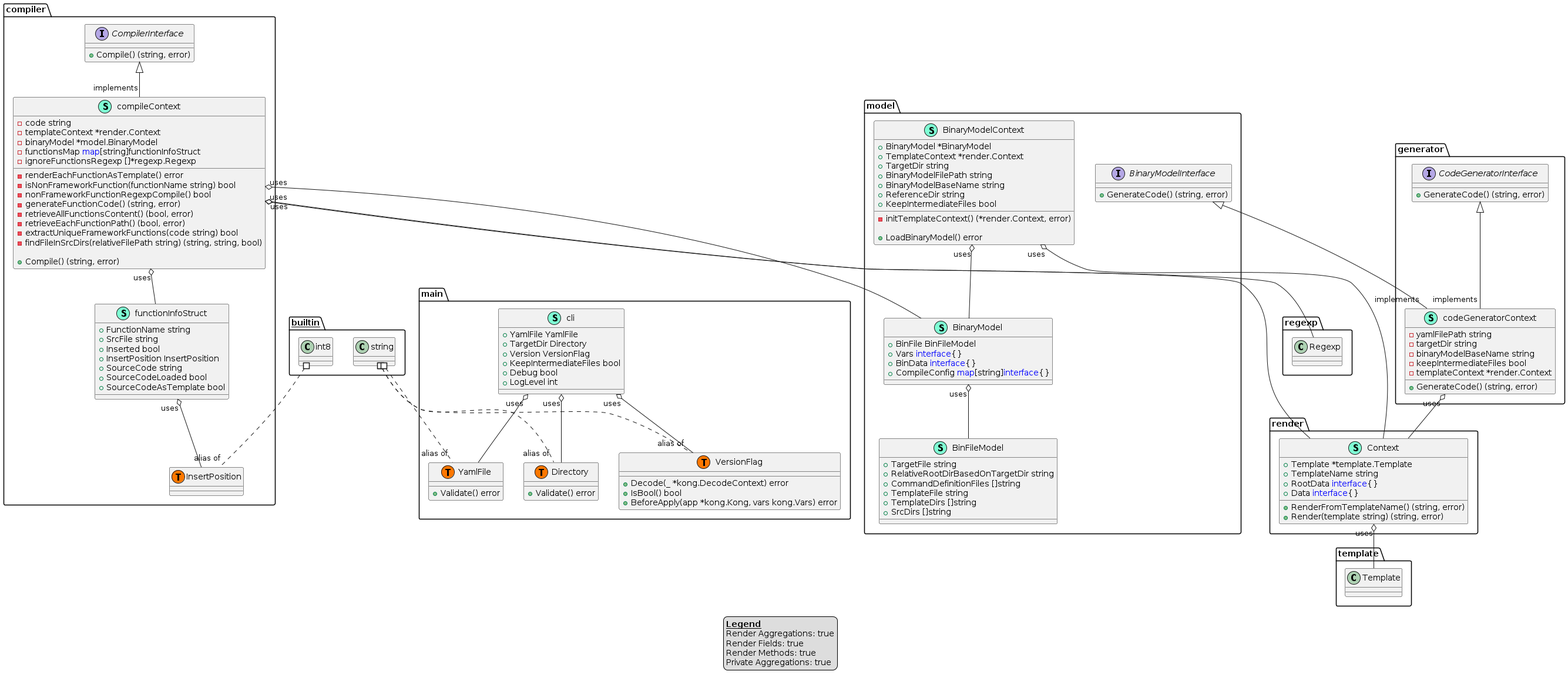
Earlier version of the PlantUML export doc/classDiagramWithPrivateMethods.png (fchastanet/bash-compiler). The source it was exported from:
```plantuml
@startuml
legend
<u><b>Legend</b></u>
Render Aggregations: true
Render Fields: true
Render Methods: true
Private Aggregations: true
end legend
namespace compiler {
    interface CompilerInterface  {
        + Compile() (string, error)

    }
    class compileContext << (S,Aquamarine) >> {
        - code string
        - templateContext *render.Context
        - binaryModel *model.BinaryModel
        - functionsMap <font color=blue>map</font>[string]functionInfoStruct
        - ignoreFunctionsRegexp []*regexp.Regexp

        - renderEachFunctionAsTemplate() error
        - isNonFrameworkFunction(functionName string) bool
        - nonFrameworkFunctionRegexpCompile() bool
        - generateFunctionCode() (string, error)
        - retrieveAllFunctionsContent() (bool, error)
        - retrieveEachFunctionPath() (bool, error)
        - extractUniqueFrameworkFunctions(code string) bool
        - findFileInSrcDirs(relativeFilePath string) (string, string, bool)

        + Compile() (string, error)

    }
    class compiler.InsertPosition << (T, #FF7700) >>  {
    }
    class functionInfoStruct << (S,Aquamarine) >> {
        + FunctionName string
        + SrcFile string
        + Inserted bool
        + InsertPosition InsertPosition
        + SourceCode string
        + SourceCodeLoaded bool
        + SourceCodeAsTemplate bool

    }
}

"compiler.CompilerInterface" <|-- "implements""compiler.compileContext"

"compiler.compileContext""uses" o-- "compiler.functionInfoStruct"
"compiler.compileContext""uses" o-- "model.BinaryModel"
"compiler.compileContext""uses" o-- "regexp.Regexp"
"compiler.compileContext""uses" o-- "render.Context"
"compiler.functionInfoStruct""uses" o-- "compiler.InsertPosition"

namespace generator {
    interface CodeGeneratorInterface  {
        + GenerateCode() (string, error)

    }
    class codeGeneratorContext << (S,Aquamarine) >> {
        - yamlFilePath string
        - targetDir string
        - binaryModelBaseName string
        - keepIntermediateFiles bool
        - templateContext *render.Context

        + GenerateCode() (string, error)

    }
}

"generator.CodeGeneratorInterface" <|-- "implements""generator.codeGeneratorContext"
"model.BinaryModelInterface" <|-- "implements""generator.codeGeneratorContext"

"generator.codeGeneratorContext""uses" o-- "render.Context"

namespace main {
    class Directory << (S,Aquamarine) >> {
        + Validate() error

    }
    class VersionFlag << (S,Aquamarine) >> {
        + Decode(_ *kong.DecodeContext) error
        + IsBool() bool
        + BeforeApply(app *kong.Kong, vars kong.Vars) error

    }
    class YamlFile << (S,Aquamarine) >> {
        + Validate() error

    }
    class cli << (S,Aquamarine) >> {
        + YamlFile YamlFile
        + TargetDir Directory
        + Version VersionFlag
        + KeepIntermediateFiles bool
        + Debug bool
        + LogLevel int

    }
    class main.Directory << (T, #FF7700) >>  {
    }
    class main.VersionFlag << (T, #FF7700) >>  {
    }
    class main.YamlFile << (T, #FF7700) >>  {
    }
}


"main.cli""uses" o-- "main.Directory"
"main.cli""uses" o-- "main.VersionFlag"
"main.cli""uses" o-- "main.YamlFile"

namespace model {
    class BinFileModel << (S,Aquamarine) >> {
        + TargetFile string
        + RelativeRootDirBasedOnTargetDir string
        + CommandDefinitionFiles []string
        + TemplateFile string
        + TemplateDirs []string
        + SrcDirs []string

    }
    class BinaryModel << (S,Aquamarine) >> {
        + BinFile BinFileModel
        + Vars <font color=blue>interface</font>{}
        + BinData <font color=blue>interface</font>{}
        + CompileConfig <font color=blue>map</font>[string]<font color=blue>interface</font>{}

    }
    class BinaryModelContext << (S,Aquamarine) >> {
        + BinaryModel *BinaryModel
        + TemplateContext *render.Context
        + TargetDir string
        + BinaryModelFilePath string
        + BinaryModelBaseName string
        + ReferenceDir string
        + KeepIntermediateFiles bool

        - initTemplateContext() (*render.Context, error)

        + LoadBinaryModel() error

    }
    interface BinaryModelInterface  {
        + GenerateCode() (string, error)

    }
}


"model.BinaryModel""uses" o-- "model.BinFileModel"
"model.BinaryModelContext""uses" o-- "model.BinaryModel"
"model.BinaryModelContext""uses" o-- "render.Context"

namespace render {
    class Context << (S,Aquamarine) >> {
        + Template *template.Template
        + TemplateName string
        + RootData <font color=blue>interface</font>{}
        + Data <font color=blue>interface</font>{}

        + RenderFromTemplateName() (string, error)
        + Render(template string) (string, error)

    }
}


"render.Context""uses" o-- "template.Template"

"__builtin__.int8" #.. "alias of""compiler.InsertPosition"
"__builtin__.string" #.. "alias of""main.Directory"
"__builtin__.string" #.. "alias of""main.VersionFlag"
"__builtin__.string" #.. "alias of""main.YamlFile"
@enduml
```
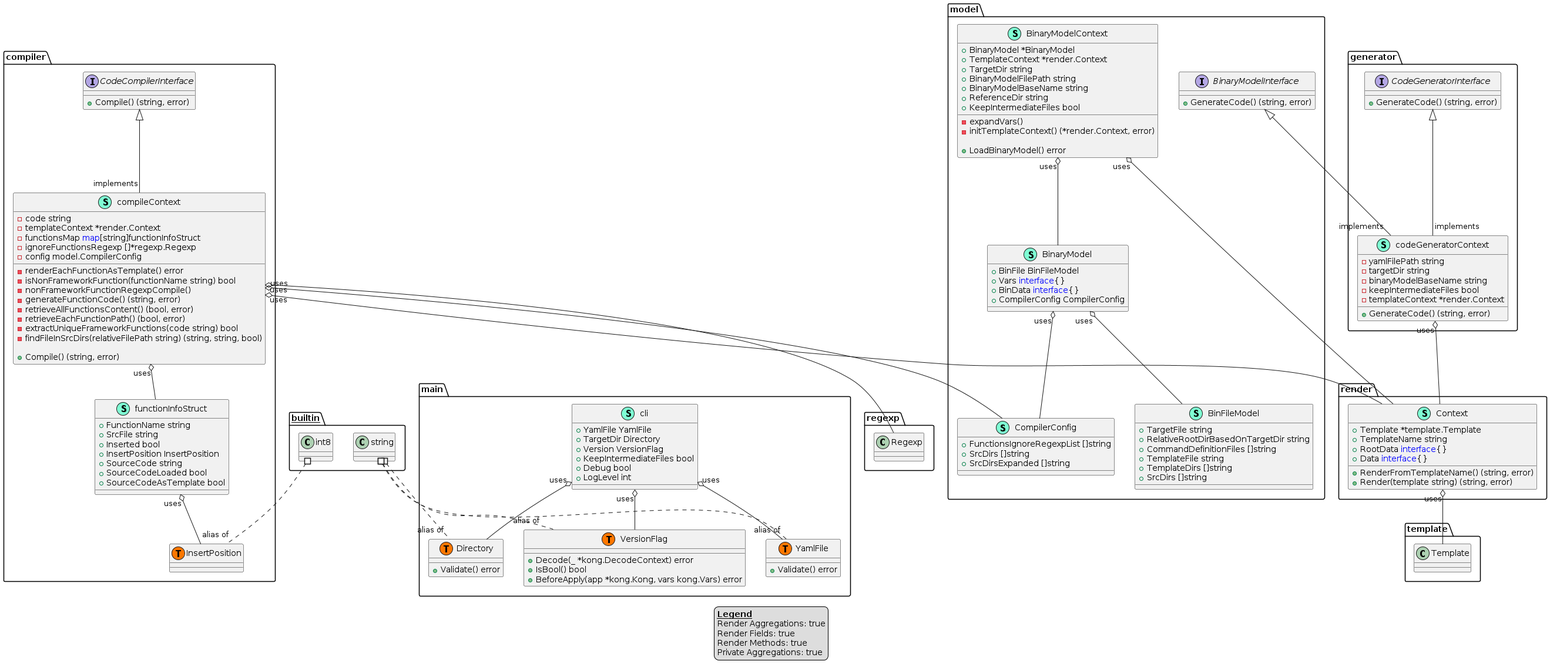
The same diagram one commit later.

Commit message:
remove BinaryModel dependency from compiler

The edit, as a diff of the source:
```diff
@@ -7,20 +7,20 @@
 Private Aggregations: true
 end legend
 namespace compiler {
-    interface CompilerInterface  {
+    interface CodeCompilerInterface  {
         + Compile() (string, error)
 
     }
     class compileContext << (S,Aquamarine) >> {
         - code string
         - templateContext *render.Context
-        - binaryModel *model.BinaryModel
         - functionsMap <font color=blue>map</font>[string]functionInfoStruct
         - ignoreFunctionsRegexp []*regexp.Regexp
+        - config model.CompilerConfig
 
         - renderEachFunctionAsTemplate() error
         - isNonFrameworkFunction(functionName string) bool
-        - nonFrameworkFunctionRegexpCompile() bool
+        - nonFrameworkFunctionRegexpCompile()
         - generateFunctionCode() (string, error)
         - retrieveAllFunctionsContent() (bool, error)
         - retrieveEachFunctionPath() (bool, error)
@@ -44,10 +44,10 @@
     }
 }
 
-"compiler.CompilerInterface" <|-- "implements""compiler.compileContext"
+"compiler.CodeCompilerInterface" <|-- "implements""compiler.compileContext"
 
 "compiler.compileContext""uses" o-- "compiler.functionInfoStruct"
-"compiler.compileContext""uses" o-- "model.BinaryModel"
+"compiler.compileContext""uses" o-- "model.CompilerConfig"
 "compiler.compileContext""uses" o-- "regexp.Regexp"
 "compiler.compileContext""uses" o-- "render.Context"
 "compiler.functionInfoStruct""uses" o-- "compiler.InsertPosition"
@@ -125,7 +125,7 @@
         + BinFile BinFileModel
         + Vars <font color=blue>interface</font>{}
         + BinData <font color=blue>interface</font>{}
-        + CompileConfig <font color=blue>map</font>[string]<font color=blue>interface</font>{}
+        + CompilerConfig CompilerConfig
 
     }
     class BinaryModelContext << (S,Aquamarine) >> {
@@ -137,6 +137,7 @@
         + ReferenceDir string
         + KeepIntermediateFiles bool
 
+        - expandVars()
         - initTemplateContext() (*render.Context, error)
 
         + LoadBinaryModel() error
@@ -146,10 +147,17 @@
         + GenerateCode() (string, error)
 
     }
+    class CompilerConfig << (S,Aquamarine) >> {
+        + FunctionsIgnoreRegexpList []string
+        + SrcDirs []string
+        + SrcDirsExpanded []string
+
+    }
 }
 
 
 "model.BinaryModel""uses" o-- "model.BinFileModel"
+"model.BinaryModel""uses" o-- "model.CompilerConfig"
 "model.BinaryModelContext""uses" o-- "model.BinaryModel"
 "model.BinaryModelContext""uses" o-- "render.Context"
 
```
